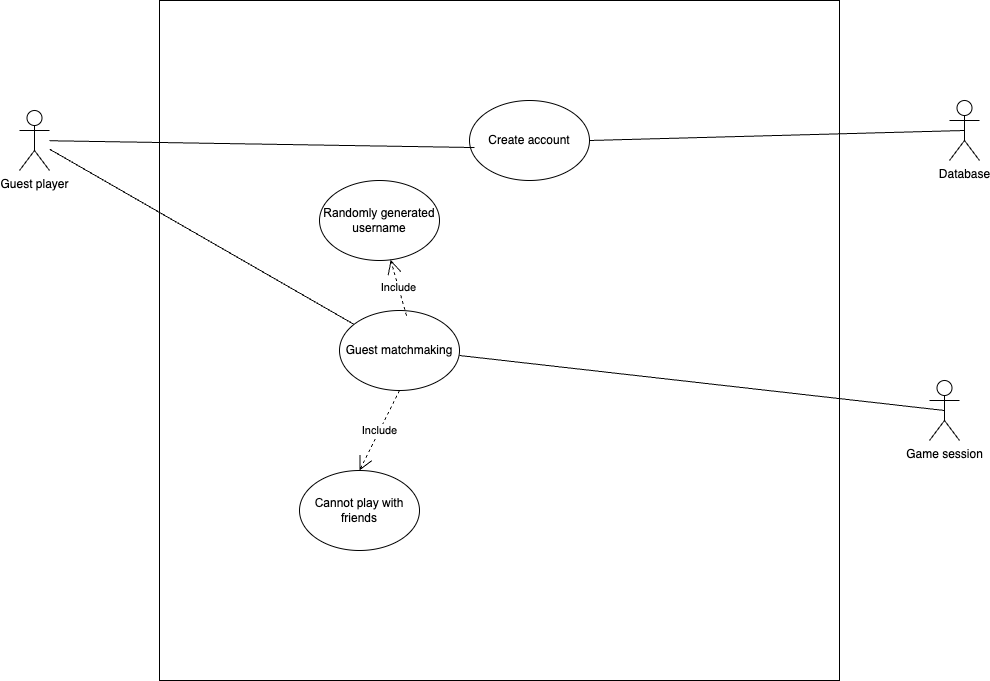
This is diagrams/profile_matchmaking/use_case_diagrams/use_case_diagram_03.png from ShakH00/OMGame, a draw.io export, as it was before one commit. Source tidied: cells renumbered, new cells last; positions are measured from the earlier drawing's top-left corner, leaving out a move shared by most shapes. Source of this version:
```xml
<mxGraphModel>
  <root>
    <mxCell id="0" />
    <mxCell id="1" parent="0" />
    <mxCell id="2" style="whiteSpace=wrap;html=1;" parent="1" vertex="1">
      <mxGeometry x="140" width="680" height="680" as="geometry" />
    </mxCell>
    <mxCell id="3" value="Guest player" style="shape=umlActor;verticalLabelPosition=bottom;verticalAlign=top;html=1;outlineConnect=0;" parent="1" vertex="1">
      <mxGeometry y="110" width="30" height="60" as="geometry" />
    </mxCell>
    <mxCell id="4" value="Create account" style="ellipse;whiteSpace=wrap;html=1;" parent="1" vertex="1">
      <mxGeometry x="450" y="100" width="120" height="80" as="geometry" />
    </mxCell>
    <mxCell id="5" style="endArrow=none;html=1;rounded=0;entryX=0.042;entryY=0.588;entryDx=0;entryDy=0;entryPerimeter=0;" parent="1" edge="1" source="3" target="4">
      <mxGeometry relative="1" as="geometry" />
    </mxCell>
    <mxCell id="6" value="Guest matchmaking" style="ellipse;whiteSpace=wrap;html=1;" parent="1" vertex="1">
      <mxGeometry x="320" y="310" width="120" height="80" as="geometry" />
    </mxCell>
    <mxCell id="7" style="endArrow=none;html=1;rounded=0;" parent="1" edge="1" source="6" target="3">
      <mxGeometry relative="1" as="geometry" />
    </mxCell>
    <mxCell id="8" value="&lt;span id=&quot;docs-internal-guid-5f758264-7fff-425b-ca1d-a3cdf01f5f19&quot;&gt;&lt;span style=&quot;font-family: Arial, sans-serif; background-color: transparent; font-variant-numeric: normal; font-variant-east-asian: normal; font-variant-alternates: normal; font-variant-position: normal; font-variant-emoji: normal; vertical-align: baseline; white-space-collapse: preserve;&quot;&gt;&lt;font&gt;Randomly generated username&lt;/font&gt;&lt;/span&gt;&lt;/span&gt;" style="ellipse;whiteSpace=wrap;html=1;" parent="1" vertex="1">
      <mxGeometry x="300" y="180" width="120" height="80" as="geometry" />
    </mxCell>
    <mxCell id="9" value="Include" style="endArrow=open;endSize=12;dashed=1;html=1;rounded=0;exitX=0.558;exitY=0.063;exitDx=0;exitDy=0;exitPerimeter=0;" parent="1" edge="1" source="6" target="8">
      <mxGeometry relative="1" as="geometry" />
    </mxCell>
    <mxCell id="10" value="&lt;span id=&quot;docs-internal-guid-5f758264-7fff-425b-ca1d-a3cdf01f5f19&quot;&gt;&lt;span style=&quot;font-family: Arial, sans-serif; background-color: transparent; font-variant-numeric: normal; font-variant-east-asian: normal; font-variant-alternates: normal; font-variant-position: normal; font-variant-emoji: normal; vertical-align: baseline; white-space-collapse: preserve;&quot;&gt;&lt;font&gt;Cannot play with friends&lt;/font&gt;&lt;/span&gt;&lt;/span&gt;" style="ellipse;whiteSpace=wrap;html=1;" parent="1" vertex="1">
      <mxGeometry x="280" y="470" width="120" height="80" as="geometry" />
    </mxCell>
    <mxCell id="11" value="Include" style="endArrow=open;endSize=12;dashed=1;html=1;rounded=0;exitX=0.5;exitY=1;exitDx=0;exitDy=0;entryX=0.5;entryY=0;entryDx=0;entryDy=0;" parent="1" edge="1" source="6" target="10">
      <mxGeometry relative="1" as="geometry" />
    </mxCell>
    <mxCell id="12" value="Database&lt;div&gt;&lt;br&gt;&lt;/div&gt;" style="shape=umlActor;verticalLabelPosition=bottom;verticalAlign=top;html=1;" parent="1" vertex="1">
      <mxGeometry x="930" y="100" width="30" height="60" as="geometry" />
    </mxCell>
    <mxCell id="13" style="endArrow=none;html=1;rounded=0;entryX=0.5;entryY=0.5;entryDx=0;entryDy=0;entryPerimeter=0;exitX=1;exitY=0.5;exitDx=0;exitDy=0;" parent="1" edge="1" source="4" target="12">
      <mxGeometry relative="1" as="geometry" />
    </mxCell>
    <mxCell id="14" value="&lt;div&gt;Game session&lt;/div&gt;" style="shape=umlActor;verticalLabelPosition=bottom;verticalAlign=top;html=1;" parent="1" vertex="1">
      <mxGeometry x="910" y="380" width="30" height="60" as="geometry" />
    </mxCell>
    <mxCell id="15" style="endArrow=none;html=1;rounded=0;entryX=0.5;entryY=0.5;entryDx=0;entryDy=0;entryPerimeter=0;exitX=1;exitY=0.5;exitDx=0;exitDy=0;" parent="1" edge="1" target="14">
      <mxGeometry relative="1" as="geometry">
        <mxPoint x="440" y="355" as="sourcePoint" />
      </mxGeometry>
    </mxCell>
  </root>
</mxGraphModel>
```
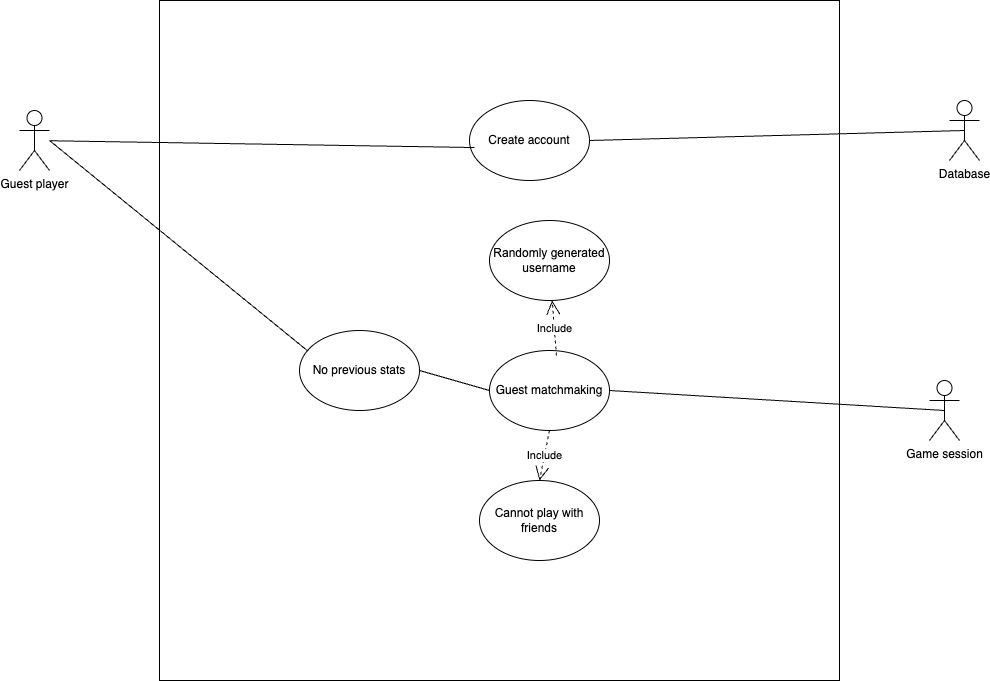
After the change.

What changed in the source:
```diff
@@ -15,19 +15,16 @@
       <mxGeometry relative="1" as="geometry" />
     </mxCell>
     <mxCell id="6" value="Guest matchmaking" style="ellipse;whiteSpace=wrap;html=1;" parent="1" vertex="1">
-      <mxGeometry x="320" y="310" width="120" height="80" as="geometry" />
+      <mxGeometry x="470" y="350" width="120" height="80" as="geometry" />
     </mxCell>
-    <mxCell id="7" style="endArrow=none;html=1;rounded=0;" parent="1" edge="1" source="6" target="3">
-      <mxGeometry relative="1" as="geometry" />
-    </mxCell>
     <mxCell id="8" value="&lt;span id=&quot;docs-internal-guid-5f758264-7fff-425b-ca1d-a3cdf01f5f19&quot;&gt;&lt;span style=&quot;font-family: Arial, sans-serif; background-color: transparent; font-variant-numeric: normal; font-variant-east-asian: normal; font-variant-alternates: normal; font-variant-position: normal; font-variant-emoji: normal; vertical-align: baseline; white-space-collapse: preserve;&quot;&gt;&lt;font&gt;Randomly generated username&lt;/font&gt;&lt;/span&gt;&lt;/span&gt;" style="ellipse;whiteSpace=wrap;html=1;" parent="1" vertex="1">
-      <mxGeometry x="300" y="180" width="120" height="80" as="geometry" />
+      <mxGeometry x="470" y="220" width="120" height="80" as="geometry" />
     </mxCell>
     <mxCell id="9" value="Include" style="endArrow=open;endSize=12;dashed=1;html=1;rounded=0;exitX=0.558;exitY=0.063;exitDx=0;exitDy=0;exitPerimeter=0;" parent="1" edge="1" source="6" target="8">
       <mxGeometry relative="1" as="geometry" />
     </mxCell>
     <mxCell id="10" value="&lt;span id=&quot;docs-internal-guid-5f758264-7fff-425b-ca1d-a3cdf01f5f19&quot;&gt;&lt;span style=&quot;font-family: Arial, sans-serif; background-color: transparent; font-variant-numeric: normal; font-variant-east-asian: normal; font-variant-alternates: normal; font-variant-position: normal; font-variant-emoji: normal; vertical-align: baseline; white-space-collapse: preserve;&quot;&gt;&lt;font&gt;Cannot play with friends&lt;/font&gt;&lt;/span&gt;&lt;/span&gt;" style="ellipse;whiteSpace=wrap;html=1;" parent="1" vertex="1">
-      <mxGeometry x="280" y="470" width="120" height="80" as="geometry" />
+      <mxGeometry x="460" y="480" width="120" height="80" as="geometry" />
     </mxCell>
     <mxCell id="11" value="Include" style="endArrow=open;endSize=12;dashed=1;html=1;rounded=0;exitX=0.5;exitY=1;exitDx=0;exitDy=0;entryX=0.5;entryY=0;entryDx=0;entryDy=0;" parent="1" edge="1" source="6" target="10">
       <mxGeometry relative="1" as="geometry" />
@@ -41,10 +38,19 @@
     <mxCell id="14" value="&lt;div&gt;Game session&lt;/div&gt;" style="shape=umlActor;verticalLabelPosition=bottom;verticalAlign=top;html=1;" parent="1" vertex="1">
       <mxGeometry x="910" y="380" width="30" height="60" as="geometry" />
     </mxCell>
-    <mxCell id="15" style="endArrow=none;html=1;rounded=0;entryX=0.5;entryY=0.5;entryDx=0;entryDy=0;entryPerimeter=0;exitX=1;exitY=0.5;exitDx=0;exitDy=0;" parent="1" edge="1" target="14">
-      <mxGeometry relative="1" as="geometry">
-        <mxPoint x="440" y="355" as="sourcePoint" />
-      </mxGeometry>
+    <mxCell id="15" style="endArrow=none;html=1;rounded=0;entryX=0.5;entryY=0.5;entryDx=0;entryDy=0;entryPerimeter=0;exitX=1;exitY=0.5;exitDx=0;exitDy=0;" parent="1" edge="1" source="6" target="14">
+      <mxGeometry relative="1" as="geometry" />
     </mxCell>
+    <mxCell id="16" value="No previous stats" style="ellipse;whiteSpace=wrap;html=1;" parent="1" vertex="1">
+      <mxGeometry x="280" y="330" width="120" height="80" as="geometry" />
+    </mxCell>
+    <mxCell id="17" style="endArrow=none;html=1;rounded=0;entryX=0.07;entryY=0.257;entryDx=0;entryDy=0;entryPerimeter=0;" parent="1" edge="1" target="16">
+      <mxGeometry relative="1" as="geometry">
+        <mxPoint x="30" y="140" as="sourcePoint" />
+      </mxGeometry>
+    </mxCell>
+    <mxCell id="18" style="endArrow=none;html=1;rounded=0;exitX=1;exitY=0.5;exitDx=0;exitDy=0;entryX=0;entryY=0.5;entryDx=0;entryDy=0;" parent="1" edge="1" source="16" target="6">
+      <mxGeometry relative="1" as="geometry" />
+    </mxCell>
   </root>
 </mxGraphModel>
```
